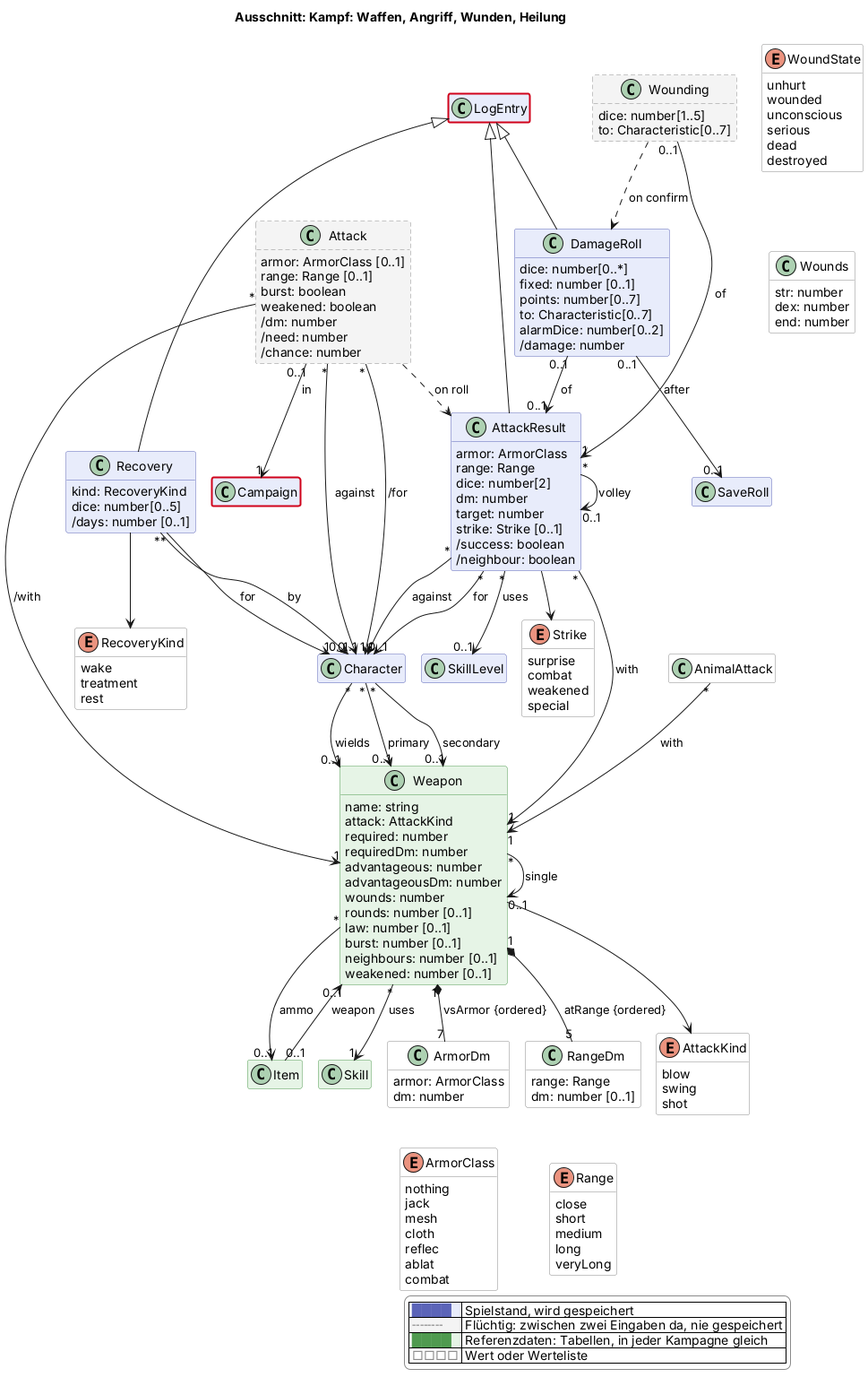
This is docs/views/kampf.png from scuzzar/SRE, a PlantUML export, as it was before one commit.
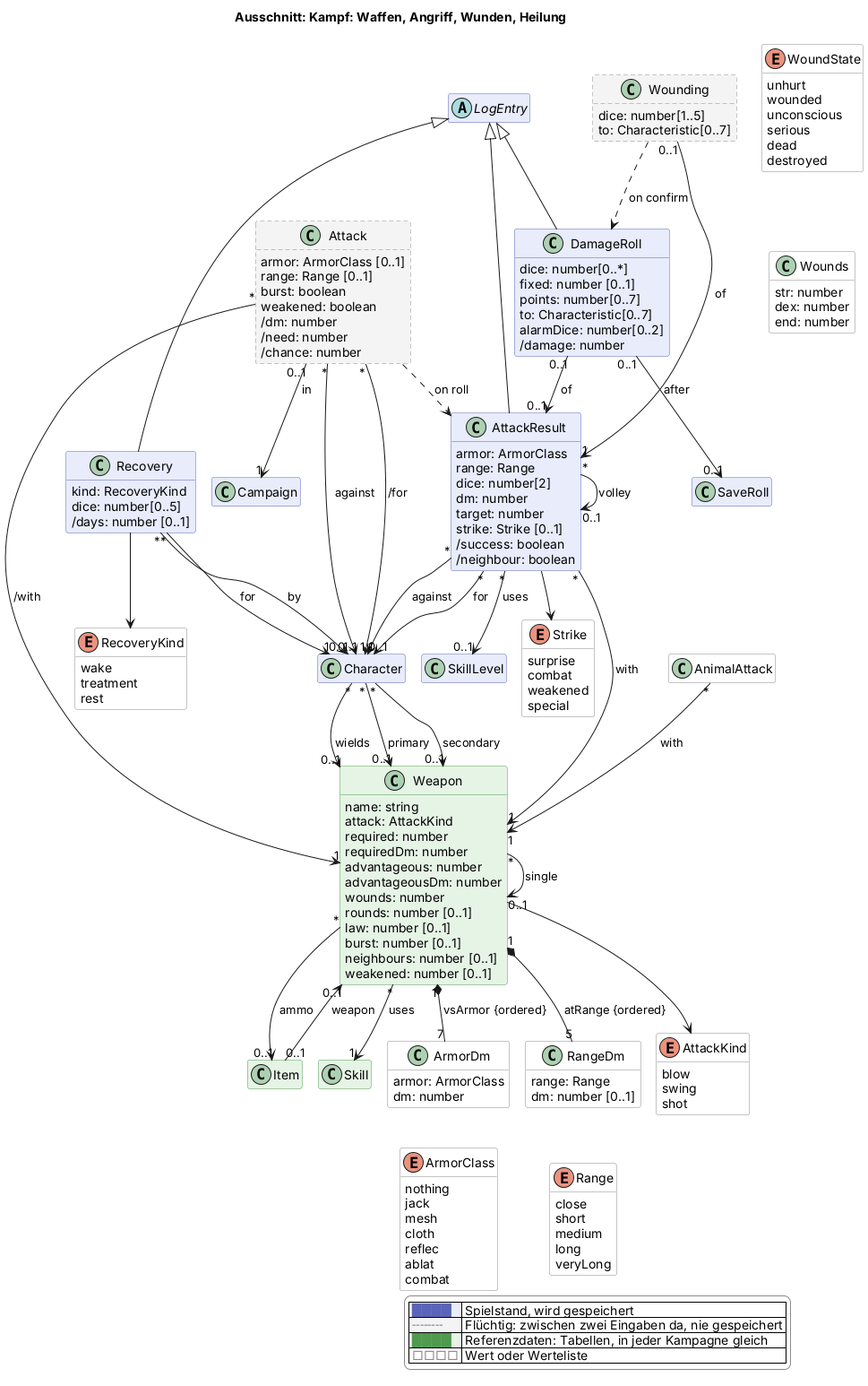
After the commit.

The edit, as a diff of the source:
```diff
@@ -238,6 +238,4 @@
   |<#e6f4e6> <color:#4f9a4f>████</color> | Referenzdaten: Tabellen, in jeder Kampagne gleich |
   |<#ffffff> <color:#8a8a8a>□□□□</color> | Wert oder Werteliste |
 endlegend
-class Campaign #line:d0021b;line.bold
-class LogEntry #line:d0021b;line.bold
 @enduml
```
